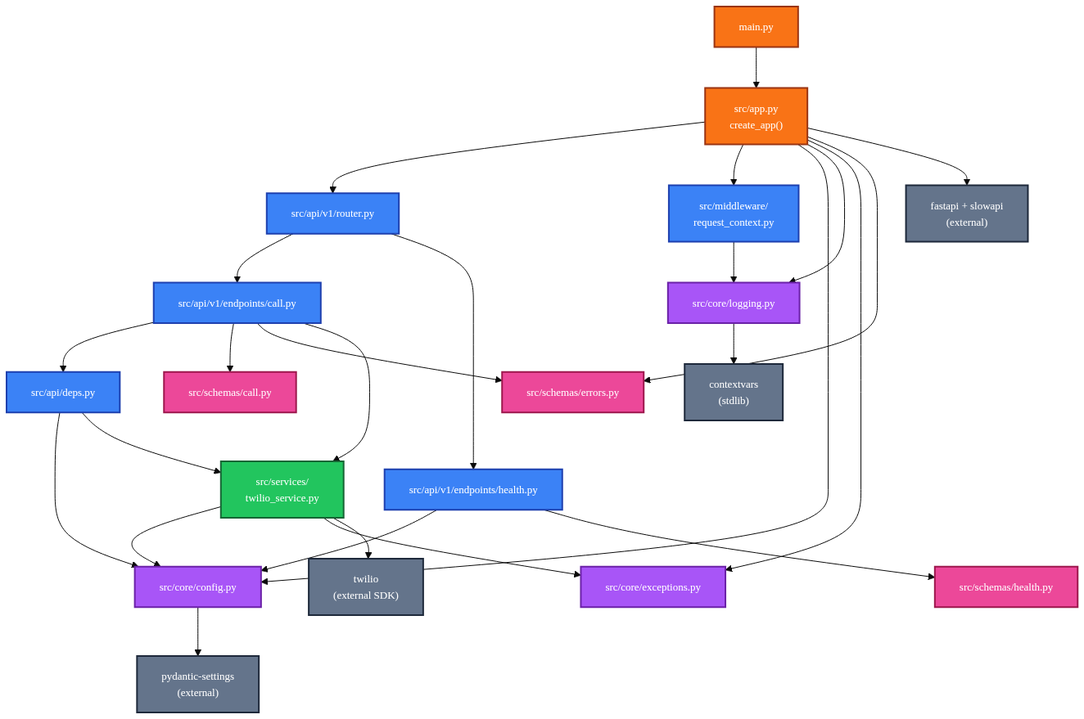
The Mermaid diagram docs/diagrams/module-dependencies.png in AnsImran/robo-call-microservice, before a commit. Its source is kept beside it as docs/diagrams/module-dependencies.mmd.
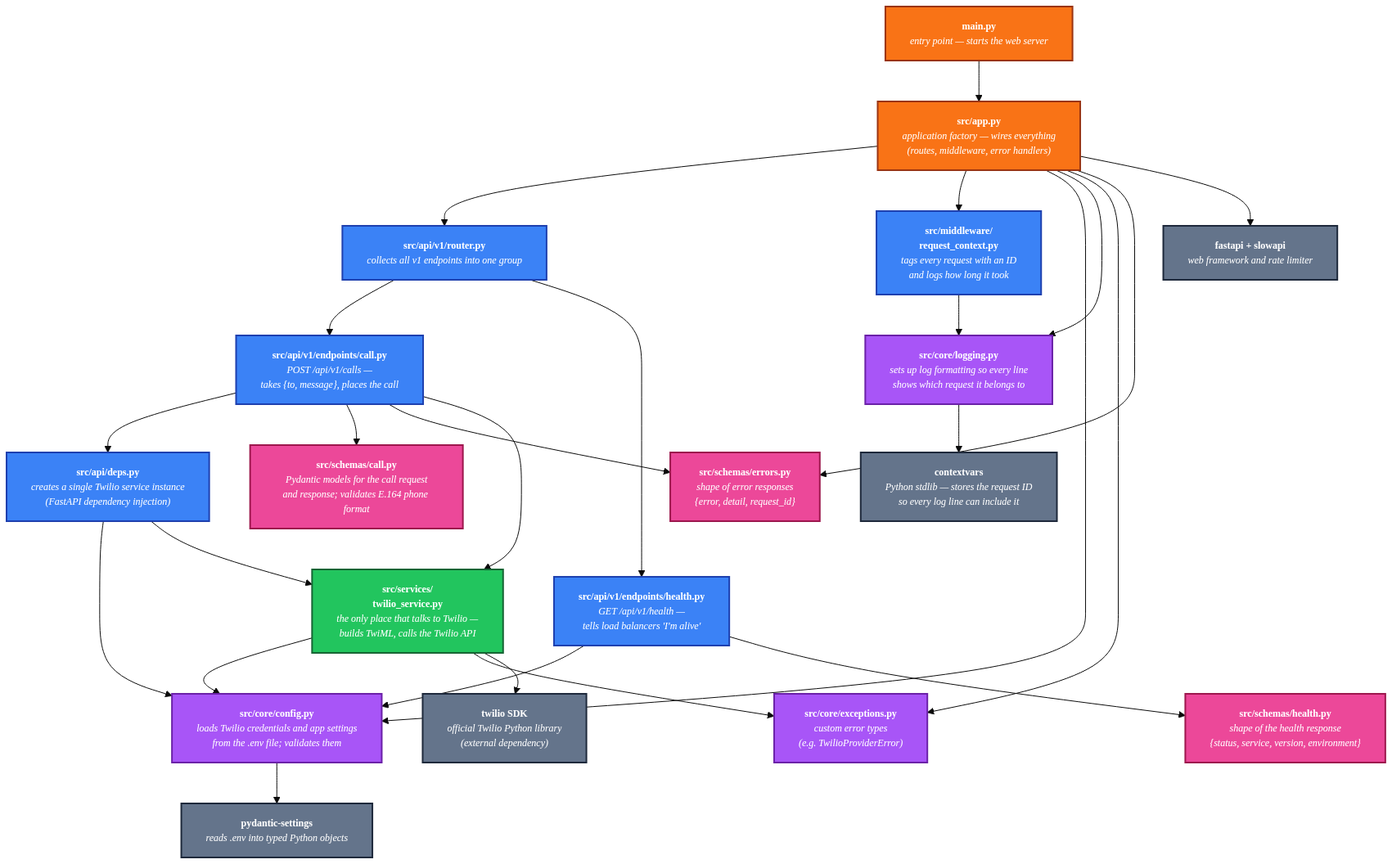
After the change.

Commit message:
Annotate module-dependencies diagram with plain-English descriptions

The edit, as a diff of the source:
```diff
@@ -1,36 +1,54 @@
-%%{init: {'theme':'base','themeVariables':{'fontFamily':'Inter, system-ui, sans-serif','fontSize':'13px'}}}%%
+%%{init: {'theme':'base','themeVariables':{'fontFamily':'Inter, system-ui, sans-serif','fontSize':'12px'}}}%%
 flowchart TB
-    Main["main.py"] --> App["src/app.py<br/>create_app()"]
+    Main["<b>main.py</b><br/><i>entry point — starts the web server</i>"]
+    App["<b>src/app.py</b><br/><i>application factory — wires everything<br/>(routes, middleware, error handlers)</i>"]
+    Main --> App
 
-    App --> Router["src/api/v1/router.py"]
-    App --> MW["src/middleware/<br/>request_context.py"]
-    App --> Cfg["src/core/config.py"]
-    App --> Log["src/core/logging.py"]
-    App --> Exc["src/core/exceptions.py"]
-    App --> ErrSchema["src/schemas/errors.py"]
+    Router["<b>src/api/v1/router.py</b><br/><i>collects all v1 endpoints into one group</i>"]
+    MW["<b>src/middleware/<br/>request_context.py</b><br/><i>tags every request with an ID<br/>and logs how long it took</i>"]
+    Cfg["<b>src/core/config.py</b><br/><i>loads Twilio credentials and app settings<br/>from the .env file; validates them</i>"]
+    Log["<b>src/core/logging.py</b><br/><i>sets up log formatting so every line<br/>shows which request it belongs to</i>"]
+    Exc["<b>src/core/exceptions.py</b><br/><i>custom error types<br/>(e.g. TwilioProviderError)</i>"]
+    ErrSchema["<b>src/schemas/errors.py</b><br/><i>shape of error responses<br/>{error, detail, request_id}</i>"]
 
-    Router --> CallEp["src/api/v1/endpoints/call.py"]
-    Router --> HealthEp["src/api/v1/endpoints/health.py"]
+    App --> Router
+    App --> MW
+    App --> Cfg
+    App --> Log
+    App --> Exc
+    App --> ErrSchema
 
-    CallEp --> Deps["src/api/deps.py"]
-    CallEp --> CallSchema["src/schemas/call.py"]
+    CallEp["<b>src/api/v1/endpoints/call.py</b><br/><i>POST /api/v1/calls —<br/>takes {to, message}, places the call</i>"]
+    HealthEp["<b>src/api/v1/endpoints/health.py</b><br/><i>GET /api/v1/health —<br/>tells load balancers 'I'm alive'</i>"]
+    Router --> CallEp
+    Router --> HealthEp
+
+    Deps["<b>src/api/deps.py</b><br/><i>creates a single Twilio service instance<br/>(FastAPI dependency injection)</i>"]
+    CallSchema["<b>src/schemas/call.py</b><br/><i>Pydantic models for the call request<br/>and response; validates E.164 phone format</i>"]
+    Svc["<b>src/services/<br/>twilio_service.py</b><br/><i>the only place that talks to Twilio —<br/>builds TwiML, calls the Twilio API</i>"]
+    HealthSchema["<b>src/schemas/health.py</b><br/><i>shape of the health response<br/>{status, service, version, environment}</i>"]
+
+    CallEp --> Deps
+    CallEp --> CallSchema
     CallEp --> ErrSchema
-    CallEp --> Svc["src/services/<br/>twilio_service.py"]
-
+    CallEp --> Svc
     HealthEp --> Cfg
-    HealthEp --> HealthSchema["src/schemas/health.py"]
-
+    HealthEp --> HealthSchema
     Deps --> Cfg
     Deps --> Svc
-
     Svc --> Cfg
     Svc --> Exc
-    Svc --> TwExt["twilio<br/>(external SDK)"]
 
+    TwExt["<b>twilio SDK</b><br/><i>official Twilio Python library<br/>(external dependency)</i>"]
+    PSExt["<b>pydantic-settings</b><br/><i>reads .env into typed Python objects</i>"]
+    FastAPIExt["<b>fastapi + slowapi</b><br/><i>web framework and rate limiter</i>"]
+    ContextVar["<b>contextvars</b><br/><i>Python stdlib — stores the request ID<br/>so every log line can include it</i>"]
+
+    Svc --> TwExt
     MW --> Log
-    Log --> ContextVar["contextvars<br/>(stdlib)"]
-    Cfg --> PSExt["pydantic-settings<br/>(external)"]
-    App --> FastAPIExt["fastapi + slowapi<br/>(external)"]
+    Log --> ContextVar
+    Cfg --> PSExt
+    App --> FastAPIExt
 
     classDef api fill:#3b82f6,stroke:#1e40af,stroke-width:2px,color:#fff
     classDef svc fill:#22c55e,stroke:#166534,stroke-width:2px,color:#fff
```
